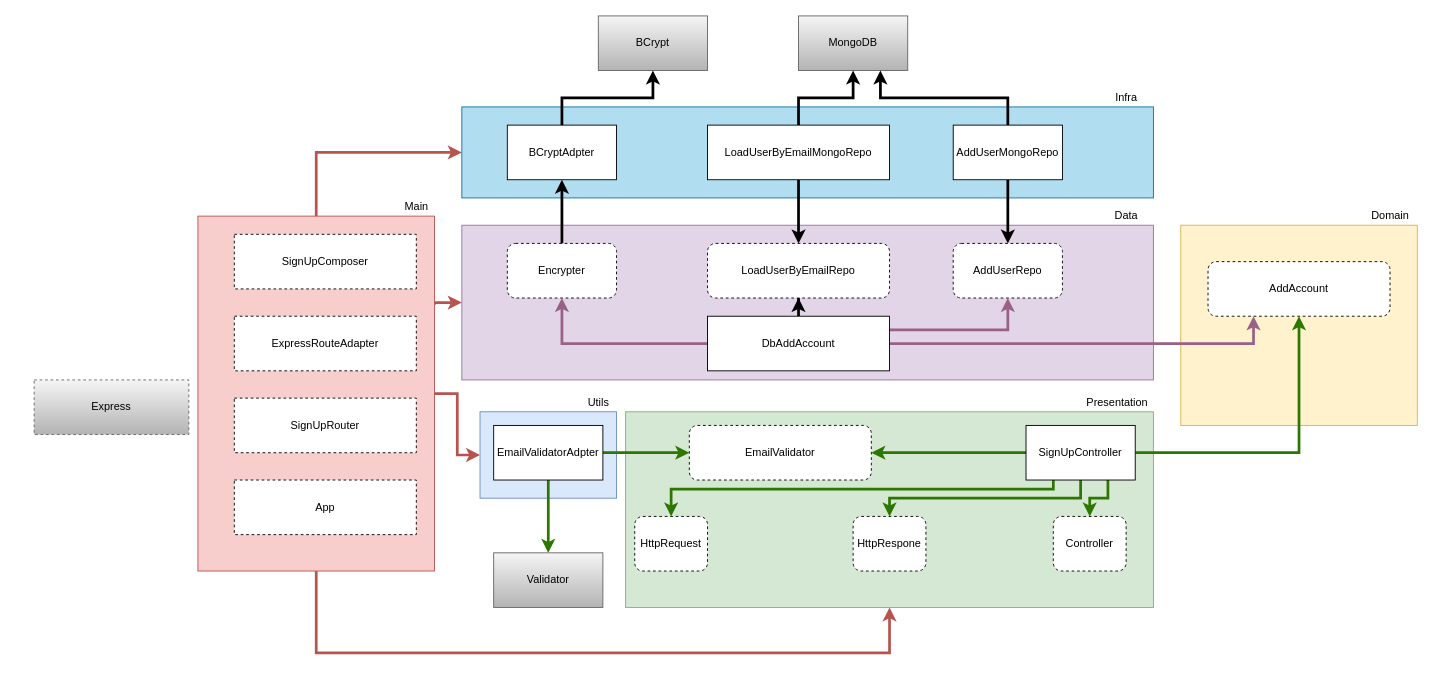
The draw.io diagram Untitled Diagram.drawio in speedsul/api_node, before the edit. Source tidied: cells renumbered, new cells numbered last; positions are measured from the earlier drawing's top-left corner, leaving out a move shared by most shapes. Both pictures are drawn from the tidied source at 91%, with x=0, y=0 at pixel (34, 15).
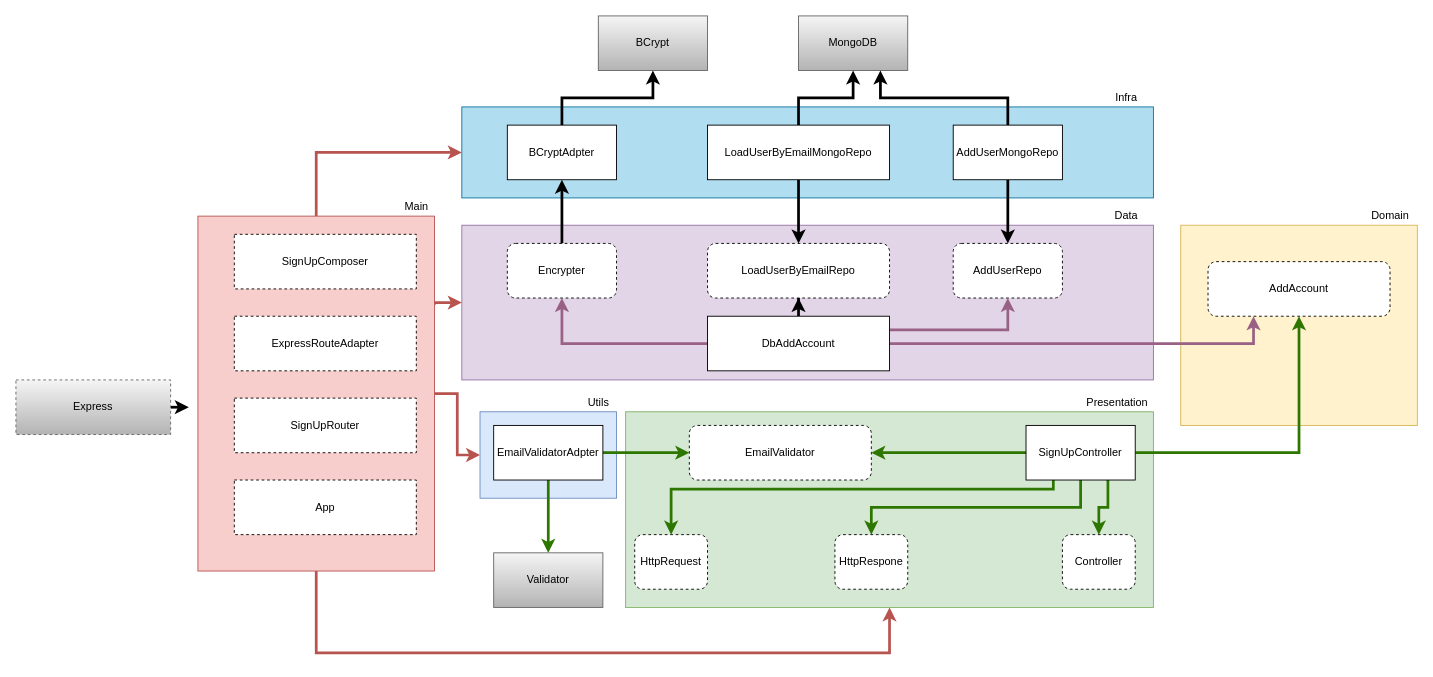
After the change.

What changed in the source:
```diff
@@
+    <mxCell id="57" style="edgeStyle=orthogonalEdgeStyle;rounded=0;jettySize=auto;html=1;exitX=1;exitY=0.5;exitDx=0;exitDy=0;strokeWidth=3;" parent="1" edge="1" source="33">
+      <mxGeometry relative="1" as="geometry">
+        <mxPoint x="170" y="430" as="targetPoint" />
+      </mxGeometry>
+    </mxCell>
     <mxCell id="33" value="Express" style="rounded=0;whiteSpace=wrap;html=1;dashed=1;gradientColor=#b3b3b3;fillColor=#f5f5f5;strokeColor=#666666;" parent="1" vertex="1">
-      <mxGeometry y="400" width="170" height="60" as="geometry" />
+      <mxGeometry x="-20" y="400" width="170" height="60" as="geometry" />
     </mxCell>
@@
     <mxCell id="38" value="HttpRequest" style="rounded=1;whiteSpace=wrap;html=1;dashed=1;" parent="1" vertex="1">
-      <mxGeometry x="660" y="550" width="80" height="60" as="geometry" />
+      <mxGeometry x="660" y="570" width="80" height="60" as="geometry" />
     </mxCell>
@@
     <mxCell id="45" value="HttpRespone" style="rounded=1;whiteSpace=wrap;html=1;dashed=1;" parent="1" vertex="1">
-      <mxGeometry x="900" y="550" width="80" height="60" as="geometry" />
+      <mxGeometry x="880" y="570" width="80" height="60" as="geometry" />
     </mxCell>
     <mxCell id="46" value="Controller" style="rounded=1;whiteSpace=wrap;html=1;dashed=1;" parent="1" vertex="1">
-      <mxGeometry x="1120" y="550" width="80" height="60" as="geometry" />
+      <mxGeometry x="1130" y="570" width="80" height="60" as="geometry" />
     </mxCell>
```
